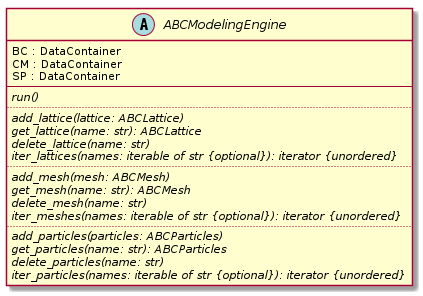
The PlantUML diagram doc/source/images/engine.png in simphony/simphony-common, before a commit.
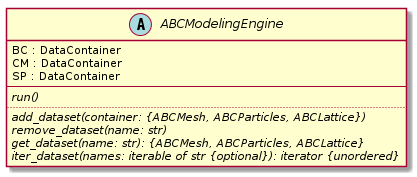
After the change.

Change to the diagram source:
```diff
@@ -6,19 +6,9 @@
   --
   {abstract} run()
   ..
-  {abstract} add_lattice(lattice: ABCLattice)
-  {abstract} get_lattice(name: str): ABCLattice
-  {abstract} delete_lattice(name: str)
-  {abstract} iter_lattices(names: iterable of str {optional}): iterator {unordered}
-  ..
-  {abstract} add_mesh(mesh: ABCMesh)
-  {abstract} get_mesh(name: str): ABCMesh
-  {abstract} delete_mesh(name: str)
-  {abstract} iter_meshes(names: iterable of str {optional}): iterator {unordered}
-  ..
-  {abstract} add_particles(particles: ABCParticles)
-  {abstract} get_particles(name: str): ABCParticles
-  {abstract} delete_particles(name: str)
-  {abstract} iter_particles(names: iterable of str {optional}): iterator {unordered}
+  {abstract} add_dataset(container: {ABCMesh, ABCParticles, ABCLattice})
+  {abstract} remove_dataset(name: str)
+  {abstract} get_dataset(name: str): {ABCMesh, ABCParticles, ABCLattice}
+  {abstract} iter_dataset(names: iterable of str {optional}): iterator {unordered}
 }
 @enduml
```
